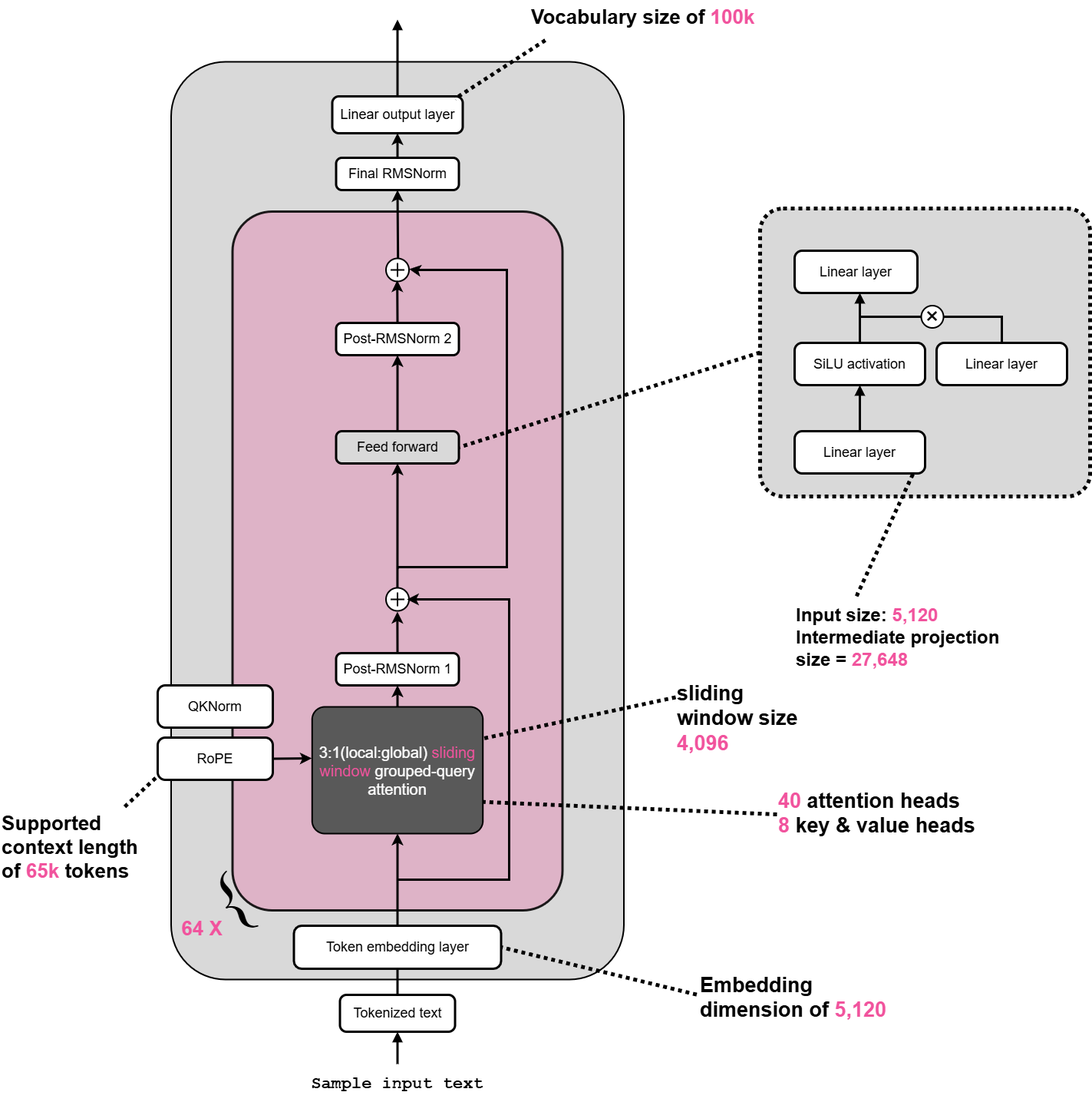
The draw.io diagram Models/Olmo/OLMo-3-(32B).drawio.png in EarthWind/deeparch, before a commit. Source tidied: cells renumbered, new cells last; positions are measured from the earlier drawing's top-left corner, leaving out a move shared by most shapes.
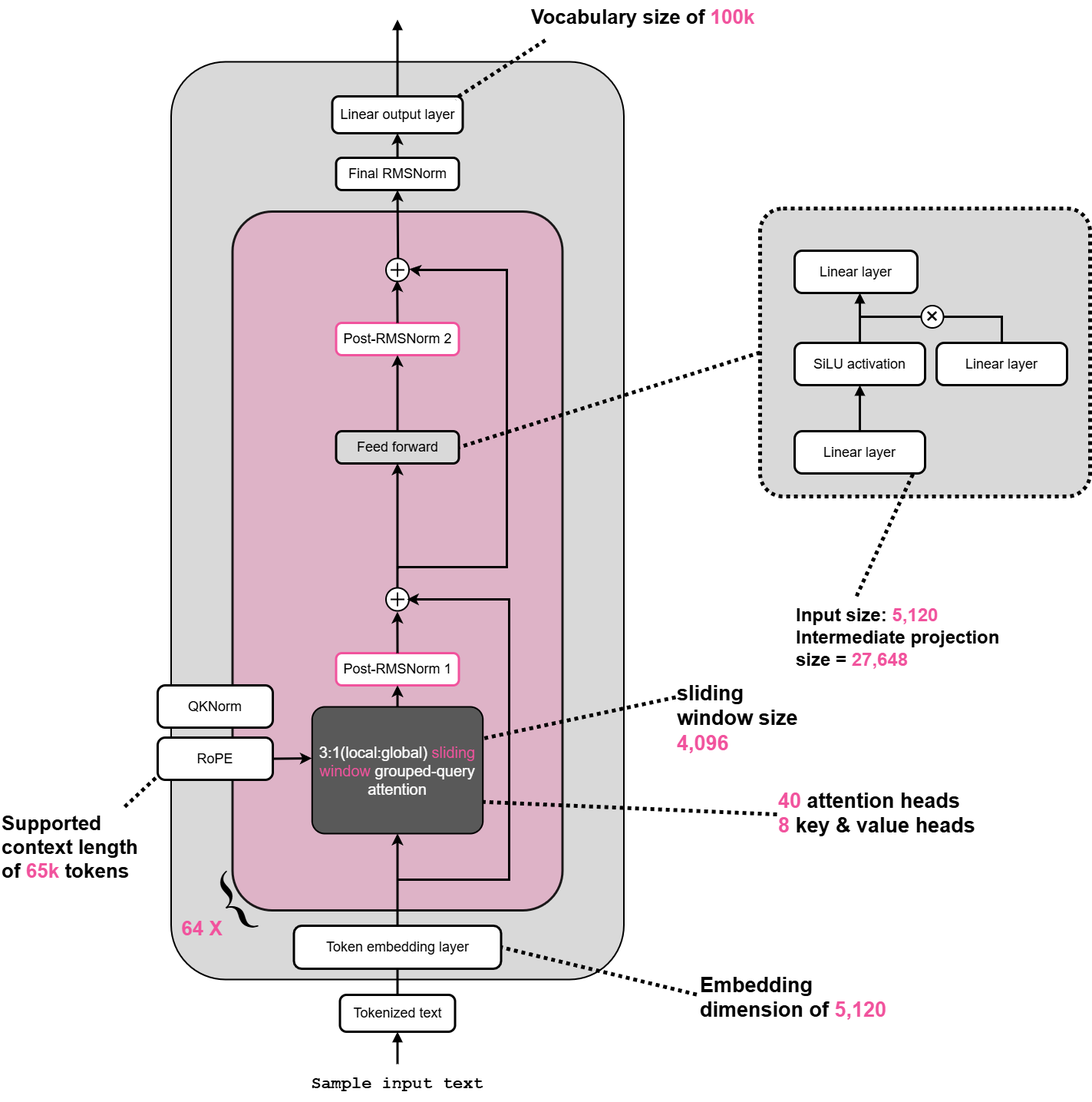
The same file after the commit.

Change to the diagram source:
```diff
@@ -30,7 +30,7 @@
     <mxCell id="9" value="Feed forward" style="rounded=1;whiteSpace=wrap;html=1;arcSize=18;strokeColor=#000000;strokeWidth=3;fillColor=#d9d9d9;fontFamily=Arial;fontSize=18;fontColor=#000000;align=center;verticalAlign=middle;" parent="1" vertex="1">
       <mxGeometry x="437.5" y="561" width="160" height="42" as="geometry" />
     </mxCell>
-    <mxCell id="10" value="Post-RMSNorm 2" style="rounded=1;whiteSpace=wrap;html=1;arcSize=18;strokeColor=#000000;strokeWidth=3;fillColor=#ffffff;fontFamily=Arial;fontSize=18;fontColor=#000000;align=center;verticalAlign=middle;" parent="1" vertex="1">
+    <mxCell id="10" value="Post-RMSNorm 2" style="rounded=1;whiteSpace=wrap;html=1;arcSize=18;strokeColor=light-dark(#F1539D,#EDEDED);strokeWidth=3;fillColor=#ffffff;fontFamily=Arial;fontSize=18;fontColor=#000000;align=center;verticalAlign=middle;" parent="1" vertex="1">
       <mxGeometry x="437.5" y="420" width="160" height="42" as="geometry" />
     </mxCell>
     <mxCell id="11" value="&lt;font style=&quot;color: rgb(255, 255, 255);&quot;&gt;3:1(local:global) &lt;/font&gt;&lt;font style=&quot;color: light-dark(rgb(241, 83, 157), rgb(62, 62, 62));&quot;&gt;sliding&lt;/font&gt;&lt;div&gt;&lt;font style=&quot;color: light-dark(rgb(241, 83, 157), rgb(62, 62, 62));&quot;&gt;window&lt;/font&gt;&lt;font style=&quot;color: rgb(255, 255, 255);&quot;&gt; grouped-query&lt;/font&gt;&lt;/div&gt;&lt;div&gt;&lt;font style=&quot;color: rgb(255, 255, 255);&quot;&gt;attention&lt;/font&gt;&lt;/div&gt;" style="rounded=1;whiteSpace=wrap;html=1;arcSize=10;strokeColor=#000000;strokeWidth=2;fillColor=#595959;fontFamily=Arial;fontSize=20;fontColor=#ffffff;align=center;verticalAlign=middle;spacing=4;" parent="1" vertex="1">
@@ -111,7 +111,7 @@
     <mxCell id="34" style="html=1;verticalLabelPosition=bottom;align=center;labelBackgroundColor=#ffffff;verticalAlign=top;strokeWidth=2;strokeColor=#000000;shadow=0;dashed=0;shape=mxgraph.ios7.icons.add;" parent="1" vertex="1">
       <mxGeometry x="502.5" y="336" width="30" height="30" as="geometry" />
     </mxCell>
-    <mxCell id="35" value="Post-RMSNorm 1" style="rounded=1;whiteSpace=wrap;html=1;arcSize=18;strokeColor=#000000;strokeWidth=3;fillColor=#ffffff;fontFamily=Arial;fontSize=18;fontColor=#000000;align=center;verticalAlign=middle;" parent="1" vertex="1">
+    <mxCell id="35" value="Post-RMSNorm 1" style="rounded=1;whiteSpace=wrap;html=1;arcSize=18;strokeColor=light-dark(#F1539D,#EDEDED);strokeWidth=3;fillColor=#ffffff;fontFamily=Arial;fontSize=18;fontColor=#000000;align=center;verticalAlign=middle;" parent="1" vertex="1">
       <mxGeometry x="437.5" y="850" width="160" height="42" as="geometry" />
     </mxCell>
     <mxCell id="36" style="endArrow=classic;html=1;rounded=0;strokeWidth=3;strokeColor=#000000;entryX=0.5;entryY=1;entryDx=0;entryDy=0;endFill=1;" parent="1" edge="1" target="11">
```
